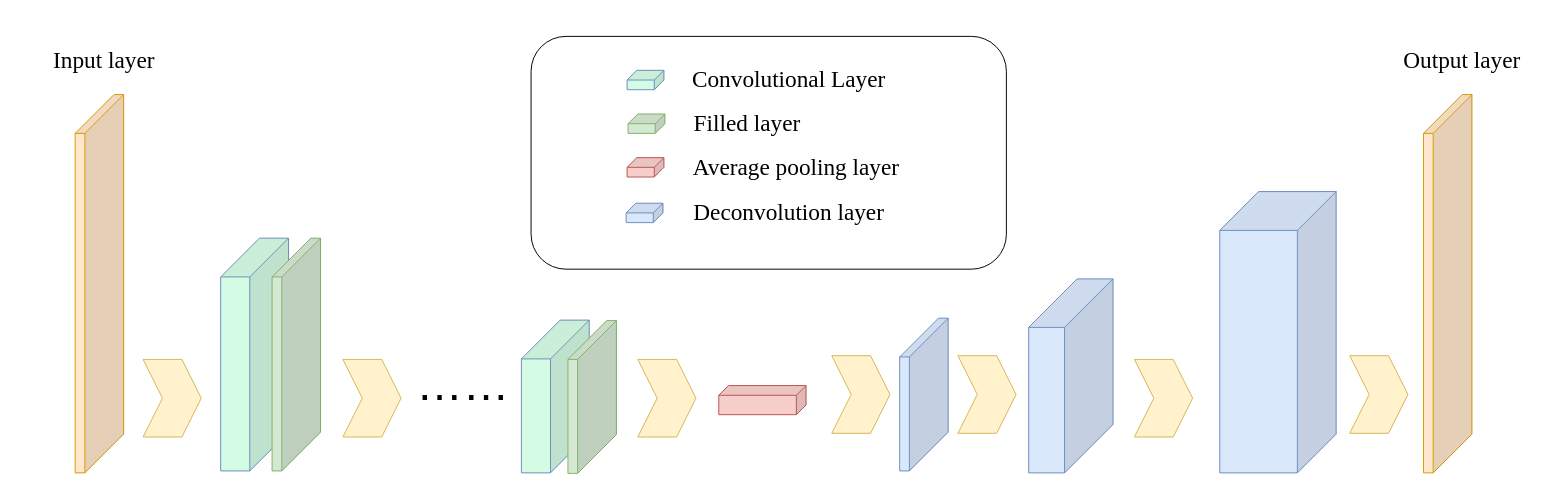
The draw.io diagram 3-2Dmix.drawio in huapigudemilu/engineeringsoftware, before the edit. Source tidied: cells renumbered, new cells numbered last; positions are measured from the earlier drawing's top-left corner, leaving out a move shared by most shapes. Both pictures are drawn from the tidied source at 97%, with x=0, y=0 at pixel (16, 16).
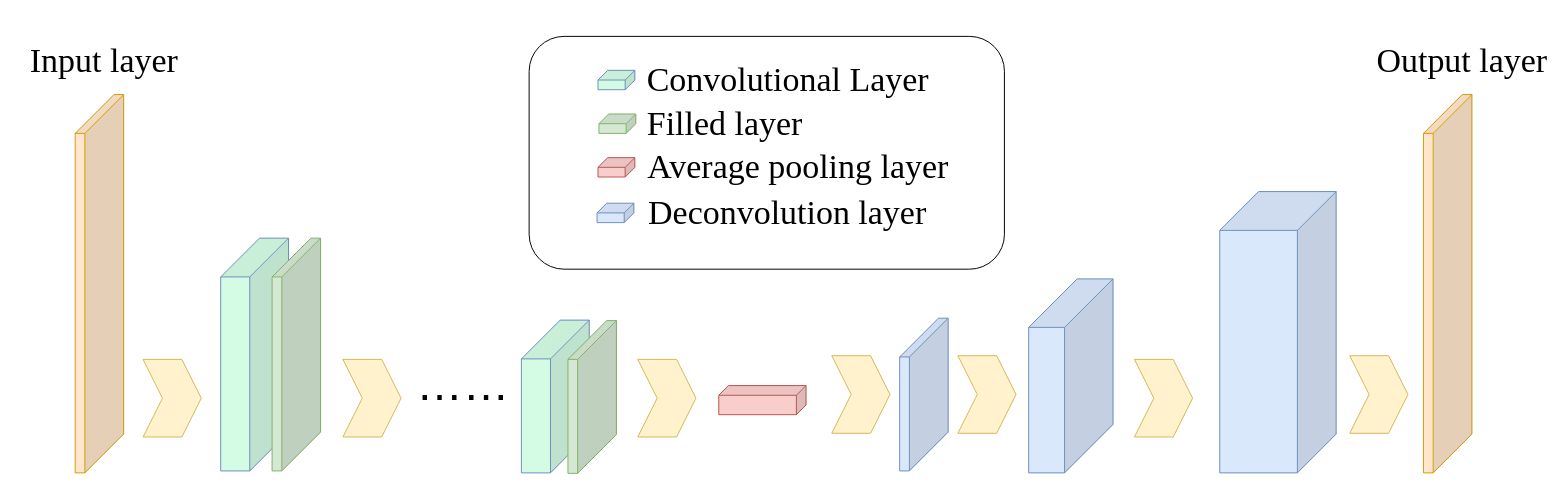
Above is the later version.

Diff of the diagram source:
```diff
@@
-    <mxCell id="20" value="&lt;font face=&quot;Times New Roman&quot; style=&quot;font-size: 24px;&quot;&gt;&lt;span style=&quot;text-align: left;&quot;&gt;Input&lt;/span&gt;&lt;span style=&quot;text-align: left;&quot;&gt; layer&lt;/span&gt;&lt;/font&gt;" style="text;html=1;align=center;verticalAlign=middle;whiteSpace=wrap;rounded=0;fillColor=none;" parent="1" vertex="1">
+    <mxCell id="20" value="&lt;font face=&quot;Times New Roman&quot;&gt;&lt;span style=&quot;text-align: left;&quot;&gt;Input&lt;/span&gt;&lt;span style=&quot;text-align: left;&quot;&gt; layer&lt;/span&gt;&lt;/font&gt;" style="text;html=1;align=center;verticalAlign=middle;whiteSpace=wrap;rounded=0;fillColor=none;fontSize=35;" parent="1" vertex="1">
       <mxGeometry width="180" height="90" as="geometry" />
     </mxCell>
-    <mxCell id="21" style="group;" parent="1" vertex="1">
-      <mxGeometry x="530" y="20" width="490" height="240" as="geometry" />
+    <mxCell id="21" style="group;fontSize=35;" parent="1" vertex="1">
+      <mxGeometry x="500" y="20" width="490" height="240" as="geometry" />
     </mxCell>
-    <mxCell id="22" style="rounded=1;whiteSpace=wrap;html=1;fillColor=none;" parent="21" vertex="1">
-      <mxGeometry width="490" height="240" as="geometry" />
+    <mxCell id="22" style="rounded=1;whiteSpace=wrap;html=1;fillColor=none;fontSize=35;" parent="21" vertex="1">
+      <mxGeometry x="28" width="490" height="240" as="geometry" />
     </mxCell>
-    <mxCell id="23" style="shape=cube;whiteSpace=wrap;html=1;boundedLbl=1;backgroundOutline=1;darkOpacity=0.05;darkOpacity2=0.1;size=10;flipH=1;fillColor=#d4fce5;strokeColor=#6c8ebf;" parent="21" vertex="1">
+    <mxCell id="23" style="shape=cube;whiteSpace=wrap;html=1;boundedLbl=1;backgroundOutline=1;darkOpacity=0.05;darkOpacity2=0.1;size=10;flipH=1;fillColor=#d4fce5;strokeColor=#6c8ebf;fontSize=35;" parent="21" vertex="1">
       <mxGeometry x="99" y="35" width="38" height="20" as="geometry" />
     </mxCell>
-    <mxCell id="24" style="shape=cube;whiteSpace=wrap;html=1;boundedLbl=1;backgroundOutline=1;darkOpacity=0.05;darkOpacity2=0.1;size=10;flipH=1;fillColor=#d5e8d4;strokeColor=#82b366;" parent="21" vertex="1">
+    <mxCell id="24" style="shape=cube;whiteSpace=wrap;html=1;boundedLbl=1;backgroundOutline=1;darkOpacity=0.05;darkOpacity2=0.1;size=10;flipH=1;fillColor=#d5e8d4;strokeColor=#82b366;fontSize=35;" parent="21" vertex="1">
       <mxGeometry x="100" y="80" width="38" height="20" as="geometry" />
     </mxCell>
-    <mxCell id="25" style="shape=cube;whiteSpace=wrap;html=1;boundedLbl=1;backgroundOutline=1;darkOpacity=0.05;darkOpacity2=0.1;size=10;flipH=1;fillColor=#f8cecc;strokeColor=#b85450;" parent="21" vertex="1">
+    <mxCell id="25" style="shape=cube;whiteSpace=wrap;html=1;boundedLbl=1;backgroundOutline=1;darkOpacity=0.05;darkOpacity2=0.1;size=10;flipH=1;fillColor=#f8cecc;strokeColor=#b85450;fontSize=35;" parent="21" vertex="1">
       <mxGeometry x="99" y="125" width="38" height="20" as="geometry" />
     </mxCell>
-    <mxCell id="26" style="shape=cube;whiteSpace=wrap;html=1;boundedLbl=1;backgroundOutline=1;darkOpacity=0.05;darkOpacity2=0.1;size=10;flipH=1;fillColor=#dae8fc;strokeColor=#6c8ebf;" parent="21" vertex="1">
+    <mxCell id="26" style="shape=cube;whiteSpace=wrap;html=1;boundedLbl=1;backgroundOutline=1;darkOpacity=0.05;darkOpacity2=0.1;size=10;flipH=1;fillColor=#dae8fc;strokeColor=#6c8ebf;fontSize=35;" parent="21" vertex="1">
       <mxGeometry x="98" y="172" width="38" height="20" as="geometry" />
     </mxCell>
-    <mxCell id="27" value="&lt;span style=&quot;text-align: left; background-color: rgb(255, 255, 255);&quot;&gt;&lt;font face=&quot;Times New Roman&quot; style=&quot;font-size: 24px;&quot;&gt;Convolutional Layer&lt;/font&gt;&lt;/span&gt;" style="text;html=1;align=center;verticalAlign=middle;whiteSpace=wrap;rounded=0;" parent="21" vertex="1">
-      <mxGeometry x="122" y="30" width="288" height="30" as="geometry" />
+    <mxCell id="27" value="&lt;span style=&quot;text-align: left; background-color: rgb(255, 255, 255);&quot;&gt;&lt;font face=&quot;Times New Roman&quot;&gt;Convolutional Layer&lt;/font&gt;&lt;/span&gt;" style="text;html=1;align=center;verticalAlign=middle;whiteSpace=wrap;rounded=0;fontSize=35;" parent="21" vertex="1">
+      <mxGeometry x="121" y="30" width="348" height="30" as="geometry" />
     </mxCell>
-    <mxCell id="28" value="&lt;span style=&quot;text-align: left; background-color: rgb(255, 255, 255);&quot;&gt;&lt;font face=&quot;Times New Roman&quot; style=&quot;font-size: 24px;&quot;&gt;Filled layer&lt;/font&gt;&lt;/span&gt;" style="text;html=1;align=center;verticalAlign=middle;whiteSpace=wrap;rounded=0;" parent="21" vertex="1">
-      <mxGeometry x="108" y="75" width="230" height="30" as="geometry" />
+    <mxCell id="28" value="&lt;span style=&quot;text-align: left; background-color: rgb(255, 255, 255);&quot;&gt;&lt;font face=&quot;Times New Roman&quot;&gt;Filled layer&lt;/font&gt;&lt;/span&gt;" style="text;html=1;align=center;verticalAlign=middle;whiteSpace=wrap;rounded=0;fontSize=35;" parent="21" vertex="1">
+      <mxGeometry x="104" y="75" width="252" height="30" as="geometry" />
     </mxCell>
-    <mxCell id="29" value="&lt;span style=&quot;text-align: start; background-color: rgb(255, 255, 255);&quot;&gt;&lt;font face=&quot;Times New Roman&quot; style=&quot;font-size: 24px;&quot;&gt;Average pooling layer&lt;/font&gt;&lt;/span&gt;" style="text;html=1;align=center;verticalAlign=middle;whiteSpace=wrap;rounded=0;" parent="21" vertex="1">
-      <mxGeometry x="145" y="120" width="257" height="30" as="geometry" />
+    <mxCell id="29" value="&lt;span style=&quot;text-align: start; background-color: rgb(255, 255, 255);&quot;&gt;&lt;font face=&quot;Times New Roman&quot;&gt;Average pooling layer&lt;/font&gt;&lt;/span&gt;" style="text;html=1;align=center;verticalAlign=middle;whiteSpace=wrap;rounded=0;fontSize=35;" parent="21" vertex="1">
+      <mxGeometry x="138" y="120" width="335" height="30" as="geometry" />
     </mxCell>
-    <mxCell id="30" value="&lt;span style=&quot;text-align: start; background-color: rgb(255, 255, 255);&quot;&gt;&lt;font face=&quot;Times New Roman&quot; style=&quot;font-size: 24px;&quot;&gt;Deconvolution layer&lt;/font&gt;&lt;/span&gt;" style="text;html=1;align=center;verticalAlign=middle;whiteSpace=wrap;rounded=0;" parent="21" vertex="1">
-      <mxGeometry x="161" y="167" width="210" height="30" as="geometry" />
+    <mxCell id="30" value="&lt;span style=&quot;text-align: start; background-color: rgb(255, 255, 255);&quot;&gt;&lt;font face=&quot;Times New Roman&quot;&gt;Deconvolution layer&lt;/font&gt;&lt;/span&gt;" style="text;html=1;align=center;verticalAlign=middle;whiteSpace=wrap;rounded=0;fontSize=35;" parent="21" vertex="1">
+      <mxGeometry x="149.5" y="167" width="289" height="30" as="geometry" />
     </mxCell>
-    <mxCell id="31" value="&lt;font face=&quot;Times New Roman&quot; style=&quot;font-size: 24px;&quot;&gt;&lt;span style=&quot;text-align: left;&quot;&gt;Output&lt;/span&gt;&lt;span style=&quot;text-align: left;&quot;&gt; layer&lt;/span&gt;&lt;/font&gt;" style="text;html=1;align=center;verticalAlign=middle;whiteSpace=wrap;rounded=0;fillColor=none;" parent="1" vertex="1">
+    <mxCell id="31" value="&lt;font face=&quot;Times New Roman&quot;&gt;&lt;span style=&quot;text-align: left;&quot;&gt;Output&lt;/span&gt;&lt;span style=&quot;text-align: left;&quot;&gt; layer&lt;/span&gt;&lt;/font&gt;" style="text;html=1;align=center;verticalAlign=middle;whiteSpace=wrap;rounded=0;fillColor=none;fontSize=35;" parent="1" vertex="1">
       <mxGeometry x="1400" width="180" height="90" as="geometry" />
     </mxCell>
```
